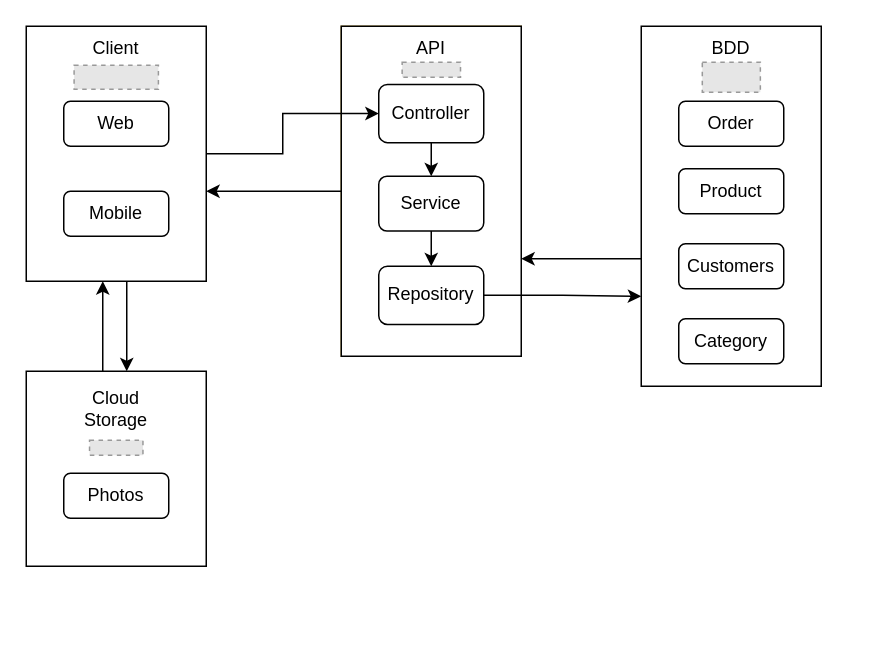
This is doc/architecture_diagram.drawio from 9clg6/marketpeace_front, a draw.io file, before an edit. Source tidied: cells renumbered, new cells numbered last; positions are measured from the earlier drawing's top-left corner, leaving out a move shared by most shapes. Both pictures are drawn from the tidied source at 150%, with x=0, y=0 at pixel (26, 26). Pictures stored in the file or linked from it are replaced by grey dashed boxes.
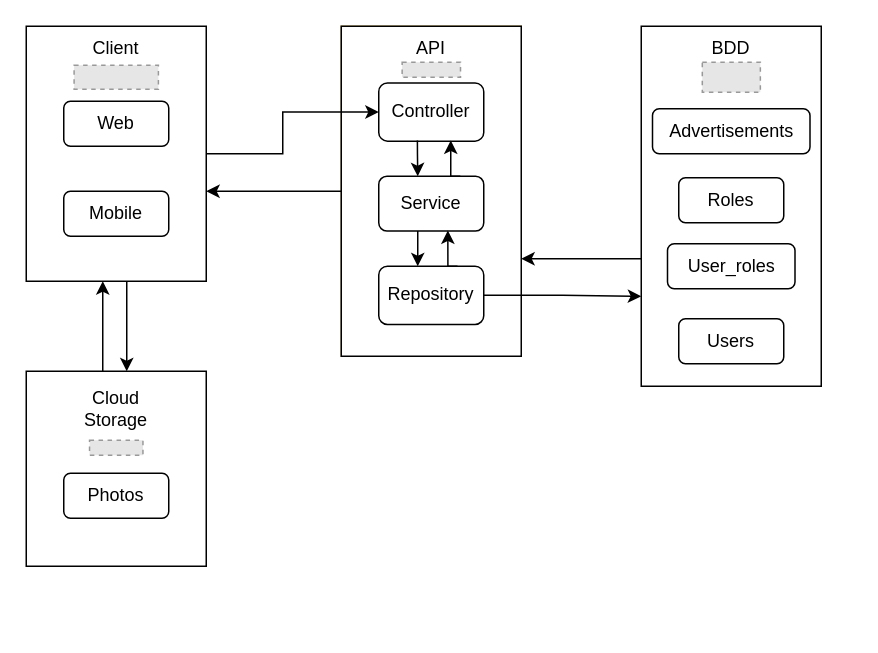
The same page after the edit.

The change refers to these unchanged cells:
```xml
<mxCell id="8" style="group;fillColor=#fff2cc;strokeColor=#d6b656;" parent="1" vertex="1">
  <mxGeometry x="210" width="120" height="220" as="geometry" />
</mxCell>
<mxCell id="13" value="Repository" style="rounded=1;whiteSpace=wrap;html=1;" parent="8" vertex="1">
  <mxGeometry x="25" y="160" width="70" height="38.8" as="geometry" />
</mxCell>
<mxCell id="15" value="Service" style="rounded=1;whiteSpace=wrap;html=1;" parent="8" vertex="1">
  <mxGeometry x="25" y="100" width="70" height="36.5" as="geometry" />
</mxCell>
<mxCell id="17" style="group;" parent="1" vertex="1">
  <mxGeometry x="410" width="140" height="240" as="geometry" />
</mxCell>
```

Change to the diagram source:
```diff
@@
-    <mxCell id="11" style="edgeStyle=orthogonalEdgeStyle;rounded=0;jettySize=auto;html=1;" parent="8" edge="1" source="12" target="15">
-      <mxGeometry relative="1" as="geometry" />
-    </mxCell>
     <mxCell id="12" value="Controller" style="rounded=1;whiteSpace=wrap;html=1;" parent="8" vertex="1">
-      <mxGeometry x="25" y="38.8" width="70" height="38.8" as="geometry" />
+      <mxGeometry x="25" y="37.8" width="70" height="38.8" as="geometry" />
     </mxCell>
@@
     <mxCell id="14" style="edgeStyle=orthogonalEdgeStyle;rounded=0;jettySize=auto;html=1;" parent="8" edge="1" source="15" target="13">
-      <mxGeometry relative="1" as="geometry" />
+      <mxGeometry relative="1" as="geometry">
+        <Array as="points">
+          <mxPoint x="51" y="145" />
+          <mxPoint x="51" y="145" />
+        </Array>
+      </mxGeometry>
     </mxCell>
@@
+    <mxCell id="36" style="edgeStyle=orthogonalEdgeStyle;rounded=0;jettySize=auto;html=1;exitX=0.75;exitY=0;exitDx=0;exitDy=0;entryX=0.658;entryY=0.989;entryDx=0;entryDy=0;entryPerimeter=0;" parent="8" edge="1" source="13" target="15">
+      <mxGeometry relative="1" as="geometry">
+        <Array as="points">
+          <mxPoint x="71" y="160" />
+        </Array>
+      </mxGeometry>
+    </mxCell>
+    <mxCell id="37" style="edgeStyle=orthogonalEdgeStyle;rounded=0;jettySize=auto;html=1;exitX=0.368;exitY=0.989;exitDx=0;exitDy=0;exitPerimeter=0;" parent="8" edge="1" source="12">
+      <mxGeometry relative="1" as="geometry">
+        <mxPoint x="51" y="100" as="targetPoint" />
+        <Array as="points">
+          <mxPoint x="51" y="85" />
+        </Array>
+      </mxGeometry>
+    </mxCell>
+    <mxCell id="38" style="edgeStyle=orthogonalEdgeStyle;rounded=0;orthogonalLoop=1;jettySize=auto;html=1;exitX=0.75;exitY=0;exitDx=0;exitDy=0;entryX=0.658;entryY=0.989;entryDx=0;entryDy=0;entryPerimeter=0;" parent="8" edge="1">
+      <mxGeometry relative="1" as="geometry">
+        <mxPoint x="79.4" y="100" as="sourcePoint" />
+        <mxPoint x="73" y="76.1" as="targetPoint" />
+        <Array as="points">
+          <mxPoint x="72.9" y="100" />
+        </Array>
+      </mxGeometry>
+    </mxCell>
@@
-    <mxCell id="20" value="Order" style="rounded=1;whiteSpace=wrap;html=1;" parent="17" vertex="1">
-      <mxGeometry x="25" y="50" width="70" height="30" as="geometry" />
+    <mxCell id="20" value="Advertisements" style="rounded=1;whiteSpace=wrap;html=1;" parent="17" vertex="1">
+      <mxGeometry x="7.5" y="55" width="105" height="30" as="geometry" />
     </mxCell>
-    <mxCell id="21" value="Product" style="rounded=1;whiteSpace=wrap;html=1;" parent="17" vertex="1">
-      <mxGeometry x="25" y="95" width="70" height="30" as="geometry" />
+    <mxCell id="21" value="Roles" style="rounded=1;whiteSpace=wrap;html=1;" parent="17" vertex="1">
+      <mxGeometry x="25" y="101" width="70" height="30" as="geometry" />
     </mxCell>
@@
-    <mxCell id="23" value="Customers" style="rounded=1;whiteSpace=wrap;html=1;" parent="17" vertex="1">
-      <mxGeometry x="25" y="145" width="70" height="30" as="geometry" />
+    <mxCell id="23" value="User_roles" style="rounded=1;whiteSpace=wrap;html=1;" parent="17" vertex="1">
+      <mxGeometry x="17.5" y="145" width="85" height="30" as="geometry" />
     </mxCell>
-    <mxCell id="24" value="Category" style="rounded=1;whiteSpace=wrap;html=1;" parent="17" vertex="1">
+    <mxCell id="24" value="Users" style="rounded=1;whiteSpace=wrap;html=1;" parent="17" vertex="1">
       <mxGeometry x="25" y="195" width="70" height="30" as="geometry" />
     </mxCell>
```
